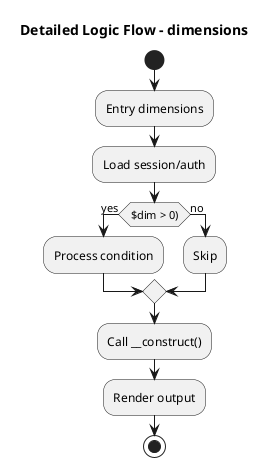
This is applications/FA_UML_Logic_dimensions.png from fraserhighlandshoppe/FAAnalysis, a PlantUML export, as it was before one commit.
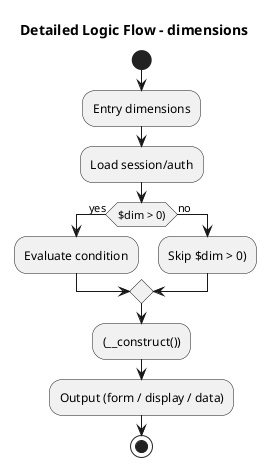
After the change.

What changed in the source:
```diff
@@ -4,11 +4,11 @@
 :Entry dimensions;
 :Load session/auth;
 if ($dim > 0)) then (yes)
-  :Process condition;
+  :Evaluate condition;
 else (no)
-  :Skip;
+  :Skip $dim > 0);
 endif
-:Call __construct();
-:Render output;
+:(__construct());
+:Output (form / display / data);
 stop
 @enduml
```
